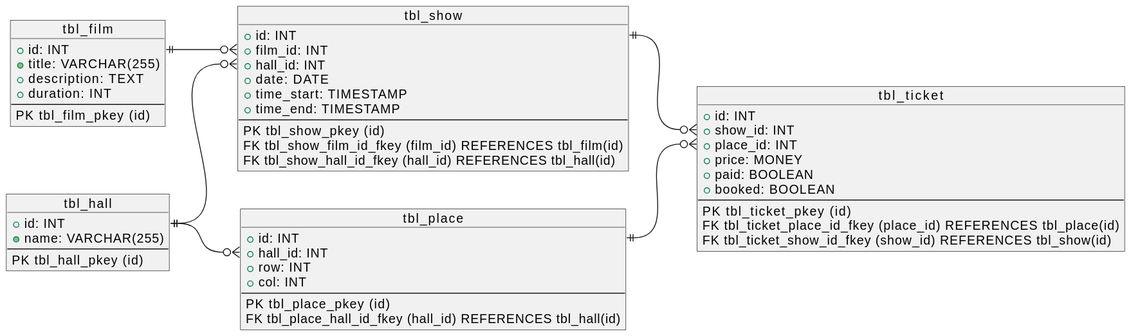
Above: cinema.svg in otusteamedu/PHP_2024 (PlantUML), before the change.
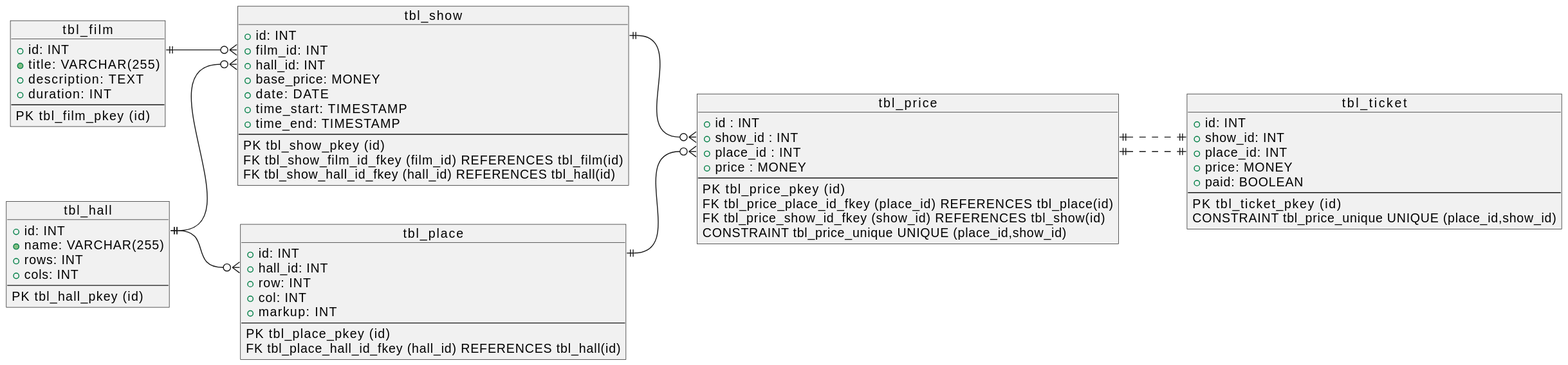
After the commit.

Change to the diagram source:
```diff
@@ -13,6 +13,8 @@
 object tbl_hall {
     + id: INT
     + name: VARCHAR(255)
+    + rows: INT
+    + cols: INT
     --
     PK tbl_hall_pkey (id)
 }
@@ -22,6 +24,7 @@
     + hall_id: INT
     + row: INT
     + col: INT
+    + markup: INT
     --
     PK tbl_place_pkey (id)
     FK tbl_place_hall_id_fkey (hall_id) REFERENCES tbl_hall(id)
@@ -31,6 +34,7 @@
     + id: INT
     + film_id: INT
     + hall_id: INT
+    + base_price: MONEY
     + date: DATE
     + time_start: TIMESTAMP
     + time_end: TIMESTAMP
@@ -40,22 +44,35 @@
     FK tbl_show_hall_id_fkey (hall_id) REFERENCES tbl_hall(id)
 }
 
+object tbl_price {
+    + id : INT
+    + show_id : INT
+    + place_id : INT
+    + price : MONEY
+    --
+    PK tbl_price_pkey (id)
+    FK tbl_price_place_id_fkey (place_id) REFERENCES tbl_place(id)
+    FK tbl_price_show_id_fkey (show_id) REFERENCES tbl_show(id)
+    CONSTRAINT tbl_price_unique UNIQUE (place_id,show_id)
+}
+
 object tbl_ticket {
     + id: INT
     + show_id: INT
     + place_id: INT
     + price: MONEY
     + paid: BOOLEAN
-    + booked: BOOLEAN
     --
     PK tbl_ticket_pkey (id)
-    FK tbl_ticket_place_id_fkey (place_id) REFERENCES tbl_place(id)
-    FK tbl_ticket_show_id_fkey (show_id) REFERENCES tbl_show(id)
+    CONSTRAINT tbl_price_unique UNIQUE (place_id,show_id)
 }
 
 tbl_film::id ||--o{ tbl_show::film_id
 tbl_hall::id ||--o{ tbl_show::hall_id
 tbl_hall::id ||--o{ tbl_place::hall_id
-tbl_place::id ||--o{ tbl_ticket::place_id
-tbl_show::id ||--o{ tbl_ticket::show_id
+tbl_place::id ||--o{ tbl_price::place_id
+tbl_show::id ||--o{ tbl_price::show_id
+
+tbl_price::show_id ||..|| tbl_ticket::show_id
+tbl_price::place_id ||..|| tbl_ticket::place_id
 @enduml
```
